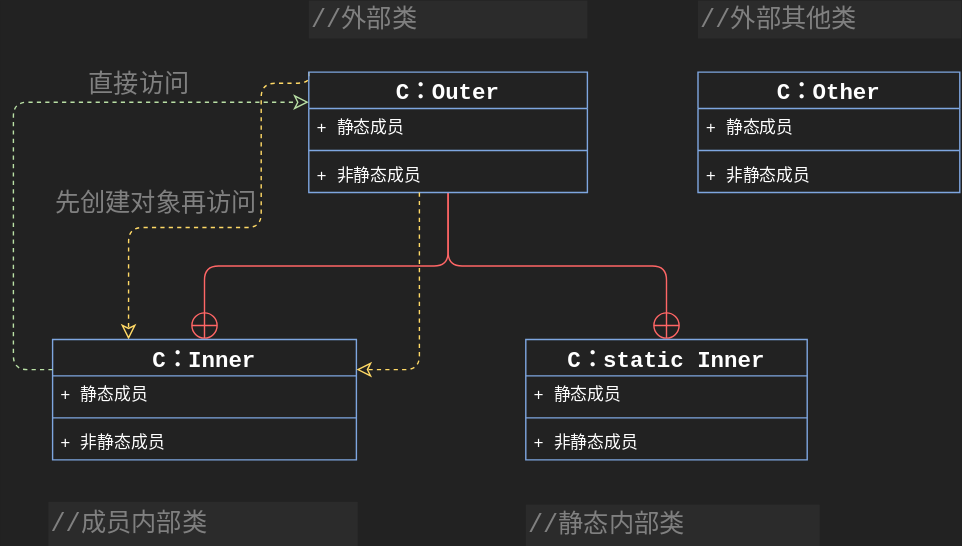
Stolorzs/Picgo keeps this draw.io diagram as drawio/InnerClassMind.svg. Above is the earlier version. Source tidied: cells renumbered, new cells last; positions are measured from the earlier drawing's top-left corner, leaving out a move shared by most shapes.
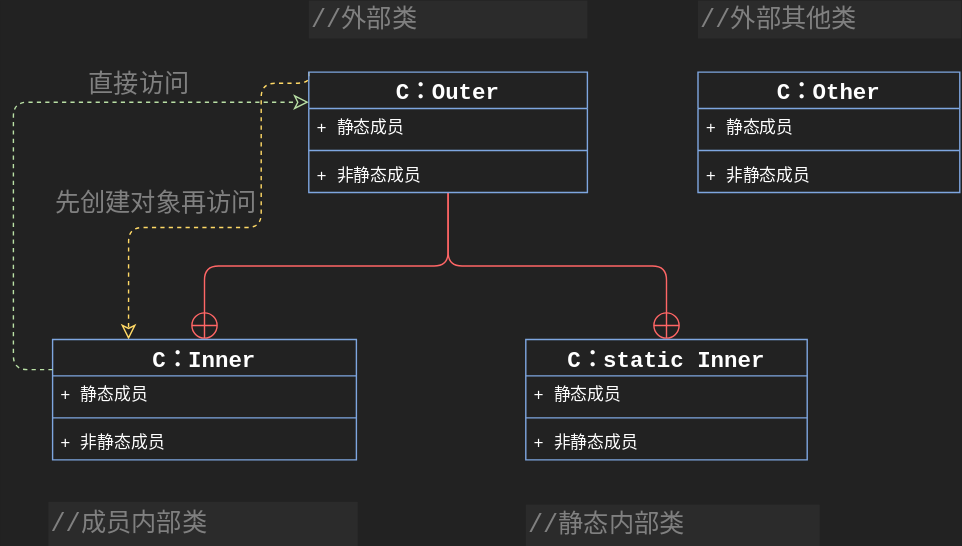
After the change.

Diff of the diagram source:
```diff
@@ -89,13 +89,6 @@
     <mxCell id="26" value="&lt;div style=&quot;font-family: &amp;quot;JetBrains Mono&amp;quot;, monospace; white-space: pre; font-size: 18px;&quot;&gt;&lt;font color=&quot;#808080&quot;&gt;&lt;span style=&quot;caret-color: rgb(128, 128, 128);&quot;&gt;//外部其他类&lt;/span&gt;&lt;/font&gt;&lt;/div&gt;" style="whiteSpace=wrap;html=1;fillColor=#2B2B2B;strokeColor=none;align=left;" parent="1" vertex="1">
       <mxGeometry x="489" width="188" height="27" as="geometry" />
     </mxCell>
-    <mxCell id="27" style="edgeStyle=orthogonalEdgeStyle;rounded=1;jettySize=auto;html=1;dashed=1;strokeColor=#FFD966;align=center;verticalAlign=middle;fontFamily=Helvetica;fontSize=12;fontColor=default;labelBackgroundColor=default;startSize=8;endArrow=classic;endFill=0;endSize=8;entryX=1;entryY=0.25;entryDx=0;entryDy=0;" parent="1" edge="1" source="8" target="11">
-      <mxGeometry relative="1" as="geometry">
-        <Array as="points">
-          <mxPoint x="290" y="264" />
-        </Array>
-      </mxGeometry>
-    </mxCell>
     <mxCell id="28" value="&lt;div style=&quot;font-family: &amp;quot;JetBrains Mono&amp;quot;, monospace; white-space: pre; font-size: 18px;&quot;&gt;&lt;br&gt;&lt;/div&gt;" style="whiteSpace=wrap;html=1;fillColor=none;strokeColor=none;align=left;" parent="1" vertex="1">
       <mxGeometry x="298.5" y="142" width="24" height="189" as="geometry" />
     </mxCell>
```
